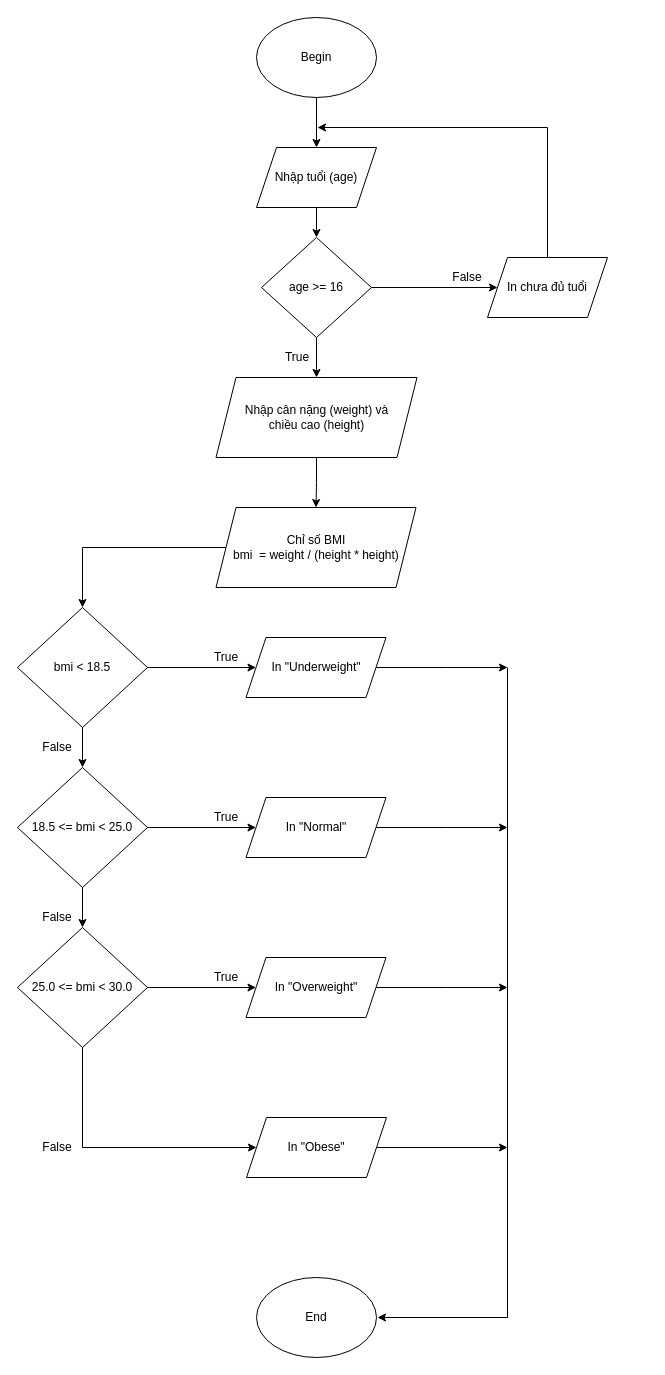
This is BaiTap/src/ComputeAndInterpretBMI.drawio from lcnguyn23/JAVA_CoBan, a draw.io file, before an edit. Source tidied: cells renumbered, new cells numbered last; positions are measured from the earlier drawing's top-left corner, leaving out a move shared by most shapes. Both pictures are drawn from the tidied source at 100%, with x=0, y=0 at pixel (17, 17).
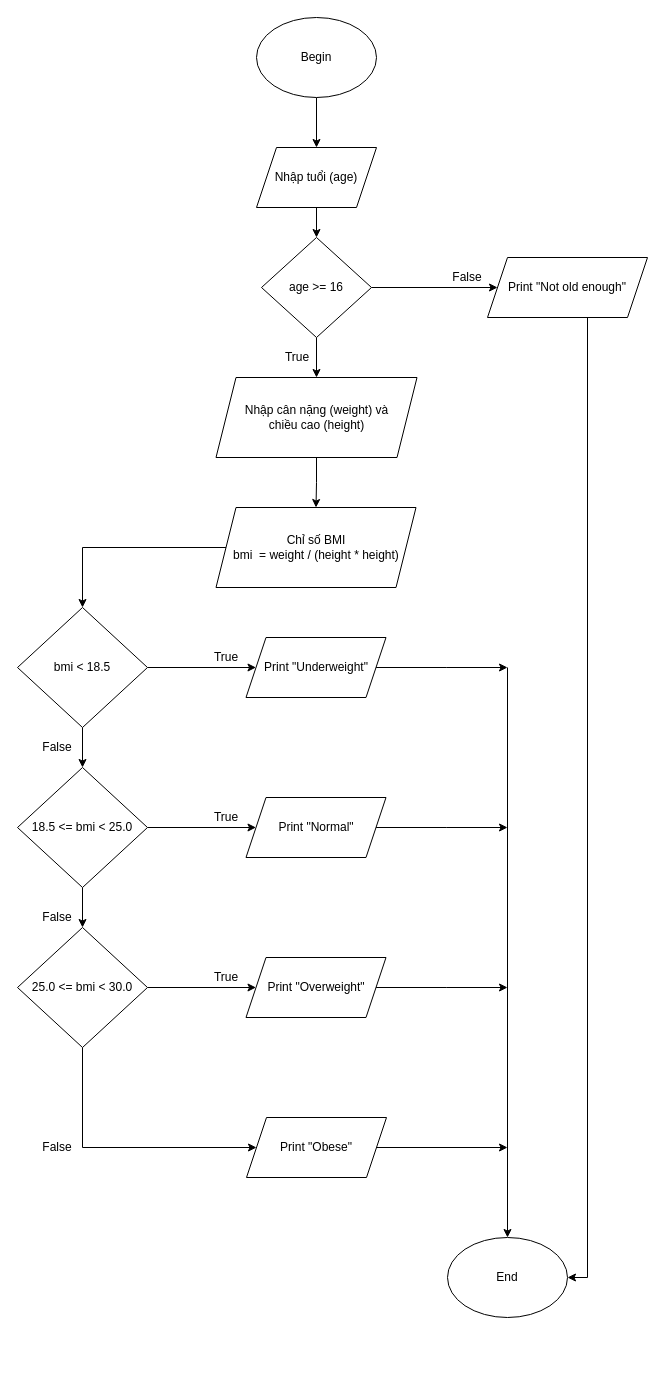
The same page after the edit.

Diff of the diagram source:
```diff
@@
-    <mxCell id="12" style="edgeStyle=orthogonalEdgeStyle;rounded=0;jettySize=auto;html=1;" parent="1" edge="1" source="13">
-      <mxGeometry relative="1" as="geometry">
-        <mxPoint x="300" y="110" as="targetPoint" />
-        <Array as="points">
-          <mxPoint x="530" y="110" />
-        </Array>
-      </mxGeometry>
-    </mxCell>
+    <mxCell id="42" style="edgeStyle=orthogonalEdgeStyle;rounded=0;jettySize=auto;html=1;entryX=1;entryY=0.5;entryDx=0;entryDy=0;" parent="1" edge="1" source="13" target="35">
+      <mxGeometry relative="1" as="geometry">
+        <Array as="points">
+          <mxPoint x="570" y="1260" />
+        </Array>
+      </mxGeometry>
+    </mxCell>
-    <mxCell id="13" value="In chưa đủ tuổi" style="shape=parallelogram;perimeter=parallelogramPerimeter;whiteSpace=wrap;html=1;fixedSize=1;" parent="1" vertex="1">
-      <mxGeometry x="470" y="240" width="120" height="60" as="geometry" />
+    <mxCell id="13" value="Print &quot;Not old enough&quot;" style="shape=parallelogram;perimeter=parallelogramPerimeter;whiteSpace=wrap;html=1;fixedSize=1;" parent="1" vertex="1">
+      <mxGeometry x="470" y="240" width="160" height="60" as="geometry" />
     </mxCell>
@@
-    <mxCell id="21" value="In &quot;Underweight&quot;" style="shape=parallelogram;perimeter=parallelogramPerimeter;whiteSpace=wrap;html=1;fixedSize=1;" parent="1" vertex="1">
+    <mxCell id="21" value="Print &quot;Underweight&quot;" style="shape=parallelogram;perimeter=parallelogramPerimeter;whiteSpace=wrap;html=1;fixedSize=1;" parent="1" vertex="1">
       <mxGeometry x="228.5" y="620" width="140" height="60" as="geometry" />
     </mxCell>
@@
-    <mxCell id="29" value="In &quot;Normal&quot;" style="shape=parallelogram;perimeter=parallelogramPerimeter;whiteSpace=wrap;html=1;fixedSize=1;" parent="1" vertex="1">
+    <mxCell id="29" value="Print &quot;Normal&quot;" style="shape=parallelogram;perimeter=parallelogramPerimeter;whiteSpace=wrap;html=1;fixedSize=1;" parent="1" vertex="1">
       <mxGeometry x="228.5" y="780" width="140" height="60" as="geometry" />
     </mxCell>
@@
-    <mxCell id="31" value="In &quot;Overweight&quot;" style="shape=parallelogram;perimeter=parallelogramPerimeter;whiteSpace=wrap;html=1;fixedSize=1;" parent="1" vertex="1">
+    <mxCell id="31" value="Print &quot;Overweight&quot;" style="shape=parallelogram;perimeter=parallelogramPerimeter;whiteSpace=wrap;html=1;fixedSize=1;" parent="1" vertex="1">
       <mxGeometry x="228.5" y="940" width="140" height="60" as="geometry" />
     </mxCell>
@@
-    <mxCell id="33" value="In &quot;Obese&quot;" style="shape=parallelogram;perimeter=parallelogramPerimeter;whiteSpace=wrap;html=1;fixedSize=1;" parent="1" vertex="1">
+    <mxCell id="33" value="Print &quot;Obese&quot;" style="shape=parallelogram;perimeter=parallelogramPerimeter;whiteSpace=wrap;html=1;fixedSize=1;" parent="1" vertex="1">
       <mxGeometry x="229" y="1100" width="140" height="60" as="geometry" />
     </mxCell>
-    <mxCell id="34" style="endArrow=classic;html=1;rounded=0;" parent="1" edge="1">
-      <mxGeometry relative="1" as="geometry">
-        <mxPoint x="490" y="650" as="sourcePoint" />
-        <mxPoint x="360" y="1300" as="targetPoint" />
-        <Array as="points">
-          <mxPoint x="490" y="1300" />
-        </Array>
-      </mxGeometry>
-    </mxCell>
     <mxCell id="35" value="End" style="ellipse;whiteSpace=wrap;html=1;" parent="1" vertex="1">
-      <mxGeometry x="239" y="1260" width="120" height="80" as="geometry" />
+      <mxGeometry x="430" y="1220" width="120" height="80" as="geometry" />
     </mxCell>
@@
+    <mxCell id="43" style="endArrow=classic;html=1;entryX=0.5;entryY=0;entryDx=0;entryDy=0;" parent="1" edge="1" target="35">
+      <mxGeometry relative="1" as="geometry">
+        <mxPoint x="490" y="650" as="sourcePoint" />
+      </mxGeometry>
+    </mxCell>
```
